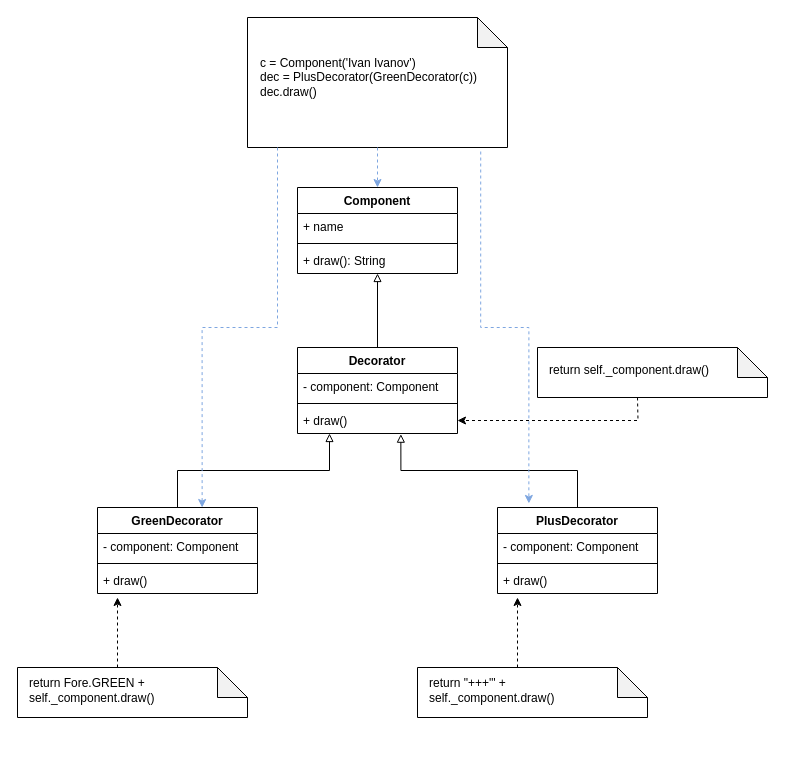
Earlier version of the draw.io diagram img/decorator.drawio (ElenaShargina/patterns). Source tidied: cells renumbered, new cells numbered last; positions are measured from the earlier drawing's top-left corner, leaving out a move shared by most shapes. Both pictures are drawn from the tidied source at 100%, with x=0, y=0 at pixel (17, 17).
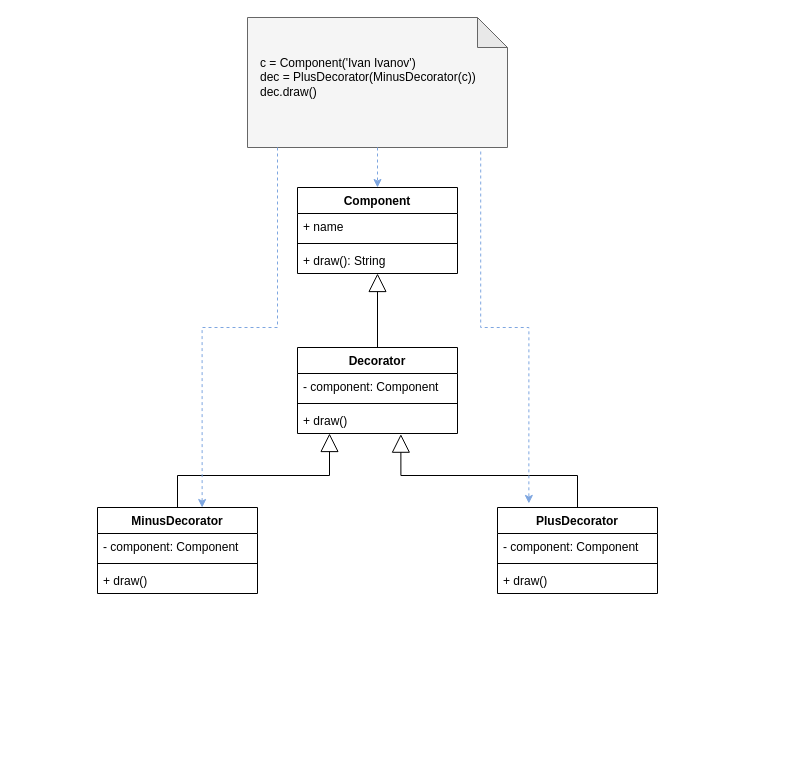
The same diagram, later.

Unchanged cells that the change refers to:
```xml
<mxCell id="5" value="+ draw(): String&#10;" style="text;strokeColor=none;fillColor=none;align=left;verticalAlign=top;spacingLeft=4;spacingRight=4;overflow=hidden;points=[[0,0.5],[1,0.5]];portConstraint=eastwest;" parent="2" vertex="1">
  <mxGeometry y="60" width="160" height="26" as="geometry" />
</mxCell>
<mxCell id="7" value="Decorator" style="swimlane;fontStyle=1;align=center;verticalAlign=top;horizontal=1;startSize=26;" parent="1" vertex="1">
  <mxGeometry x="280" y="330" width="160" height="86" as="geometry" />
</mxCell>
<mxCell id="10" value="+ draw()" style="text;strokeColor=none;fillColor=none;align=left;verticalAlign=top;spacingLeft=4;spacingRight=4;overflow=hidden;points=[[0,0.5],[1,0.5]];portConstraint=eastwest;" parent="7" vertex="1">
  <mxGeometry y="60" width="160" height="26" as="geometry" />
</mxCell>
<mxCell id="25" value="PlusDecorator" style="swimlane;fontStyle=1;align=center;verticalAlign=top;horizontal=1;startSize=26;" parent="1" vertex="1">
  <mxGeometry x="480" y="490" width="160" height="86" as="geometry" />
</mxCell>
<mxCell id="33" style="group;" parent="1" vertex="1">
  <mxGeometry x="230" width="260" height="130" as="geometry" />
</mxCell>
```

What changed in the source:
```diff
@@
-    <mxCell id="6" style="edgeStyle=orthogonalEdgeStyle;rounded=0;jettySize=auto;html=1;entryX=0.5;entryY=1;entryDx=0;entryDy=0;entryPerimeter=0;endArrow=block;endFill=0;" parent="1" edge="1" source="7" target="5">
+    <mxCell id="6" style="edgeStyle=orthogonalEdgeStyle;rounded=0;jettySize=auto;html=1;entryX=0.5;entryY=1;entryDx=0;entryDy=0;entryPerimeter=0;endArrow=block;endFill=0;endSize=16;" parent="1" edge="1" source="7" target="5">
       <mxGeometry relative="1" as="geometry" />
     </mxCell>
@@
-    <mxCell id="11" style="group;" parent="1" vertex="1">
-      <mxGeometry x="520" y="330" width="230" height="50" as="geometry" />
-    </mxCell>
-    <mxCell id="12" style="shape=note;whiteSpace=wrap;html=1;backgroundOutline=1;darkOpacity=0.05;" parent="11" vertex="1">
-      <mxGeometry width="230" height="50" as="geometry" />
-    </mxCell>
-    <mxCell id="13" value="return self._component.draw()" style="text;html=1;strokeColor=none;fillColor=none;align=left;verticalAlign=middle;whiteSpace=wrap;rounded=0;" parent="11" vertex="1">
-      <mxGeometry x="10" y="5" width="180" height="36" as="geometry" />
-    </mxCell>
-    <mxCell id="14" style="edgeStyle=orthogonalEdgeStyle;rounded=0;jettySize=auto;html=1;dashed=1;" parent="1" edge="1" target="10">
-      <mxGeometry relative="1" as="geometry">
-        <mxPoint x="620" y="380" as="sourcePoint" />
-      </mxGeometry>
-    </mxCell>
-    <mxCell id="15" style="edgeStyle=orthogonalEdgeStyle;rounded=0;jettySize=auto;html=1;entryX=0.2;entryY=1;entryDx=0;entryDy=0;entryPerimeter=0;endArrow=block;endFill=0;" parent="1" edge="1" source="16" target="10">
+    <mxCell id="15" style="edgeStyle=orthogonalEdgeStyle;rounded=0;jettySize=auto;html=1;entryX=0.2;entryY=1;entryDx=0;entryDy=0;entryPerimeter=0;endArrow=block;endFill=0;endSize=16;" parent="1" edge="1" source="16" target="10">
       <mxGeometry relative="1" as="geometry" />
     </mxCell>
-    <mxCell id="16" value="GreenDecorator" style="swimlane;fontStyle=1;align=center;verticalAlign=top;horizontal=1;startSize=26;" parent="1" vertex="1">
+    <mxCell id="16" value="MinusDecorator" style="swimlane;fontStyle=1;align=center;verticalAlign=top;horizontal=1;startSize=26;" parent="1" vertex="1">
       <mxGeometry x="80" y="490" width="160" height="86" as="geometry" />
     </mxCell>
@@
-    <mxCell id="20" style="group;" parent="1" vertex="1">
-      <mxGeometry y="650" width="230" height="80" as="geometry" />
-    </mxCell>
-    <mxCell id="21" style="shape=note;whiteSpace=wrap;html=1;backgroundOutline=1;darkOpacity=0.05;" parent="20" vertex="1">
-      <mxGeometry width="230" height="50" as="geometry" />
-    </mxCell>
-    <mxCell id="22" value="return Fore.GREEN + self._component.draw()" style="text;html=1;strokeColor=none;fillColor=none;align=left;verticalAlign=middle;whiteSpace=wrap;rounded=0;" parent="20" vertex="1">
-      <mxGeometry x="10" y="5" width="180" height="36" as="geometry" />
-    </mxCell>
-    <mxCell id="23" style="edgeStyle=orthogonalEdgeStyle;rounded=0;jettySize=auto;html=1;endArrow=classic;endFill=1;dashed=1;exitX=0;exitY=0;exitDx=100;exitDy=0;exitPerimeter=0;" parent="1" edge="1" source="21">
-      <mxGeometry relative="1" as="geometry">
-        <mxPoint x="100" y="580" as="targetPoint" />
-      </mxGeometry>
-    </mxCell>
-    <mxCell id="24" style="edgeStyle=orthogonalEdgeStyle;rounded=0;jettySize=auto;html=1;entryX=0.646;entryY=1.026;entryDx=0;entryDy=0;entryPerimeter=0;endArrow=block;endFill=0;" parent="1" edge="1" source="25" target="10">
+    <mxCell id="24" style="edgeStyle=orthogonalEdgeStyle;rounded=0;jettySize=auto;html=1;entryX=0.646;entryY=1.026;entryDx=0;entryDy=0;entryPerimeter=0;endArrow=block;endFill=0;endSize=16;" parent="1" edge="1" source="25" target="10">
       <mxGeometry relative="1" as="geometry" />
     </mxCell>
@@
-    <mxCell id="29" style="group;" parent="1" vertex="1">
-      <mxGeometry x="400" y="650" width="230" height="80" as="geometry" />
-    </mxCell>
-    <mxCell id="30" style="shape=note;whiteSpace=wrap;html=1;backgroundOutline=1;darkOpacity=0.05;" parent="29" vertex="1">
-      <mxGeometry width="230" height="50" as="geometry" />
-    </mxCell>
-    <mxCell id="31" value="return &quot;+++'&quot; + self._component.draw()" style="text;html=1;strokeColor=none;fillColor=none;align=left;verticalAlign=middle;whiteSpace=wrap;rounded=0;" parent="29" vertex="1">
-      <mxGeometry x="10" y="5" width="180" height="36" as="geometry" />
-    </mxCell>
-    <mxCell id="32" style="edgeStyle=orthogonalEdgeStyle;rounded=0;jettySize=auto;html=1;endArrow=classic;endFill=1;dashed=1;exitX=0;exitY=0;exitDx=100;exitDy=0;exitPerimeter=0;" parent="1" edge="1" source="30">
-      <mxGeometry relative="1" as="geometry">
-        <mxPoint x="500" y="580" as="targetPoint" />
-      </mxGeometry>
-    </mxCell>
@@
-    <mxCell id="34" style="shape=note;whiteSpace=wrap;html=1;backgroundOutline=1;darkOpacity=0.05;" parent="33" vertex="1">
+    <mxCell id="34" style="shape=note;whiteSpace=wrap;html=1;backgroundOutline=1;darkOpacity=0.05;fillColor=#f5f5f5;fontColor=#333333;strokeColor=#666666;" parent="33" vertex="1">
       <mxGeometry width="260" height="130" as="geometry" />
     </mxCell>
-    <mxCell id="35" value="c = Component('Ivan Ivanov')&lt;br&gt;dec = PlusDecorator(GreenDecorator(c))&lt;br&gt;dec.draw()" style="text;html=1;strokeColor=none;fillColor=none;align=left;verticalAlign=middle;whiteSpace=wrap;rounded=0;" parent="33" vertex="1">
+    <mxCell id="35" value="c = Component('Ivan Ivanov')&lt;br&gt;dec = PlusDecorator(MinusDecorator(c))&lt;br&gt;dec.draw()" style="text;html=1;strokeColor=none;fillColor=none;align=left;verticalAlign=middle;whiteSpace=wrap;rounded=0;" parent="33" vertex="1">
       <mxGeometry x="11.3" y="13" width="238.7" height="93.6" as="geometry" />
     </mxCell>
```
